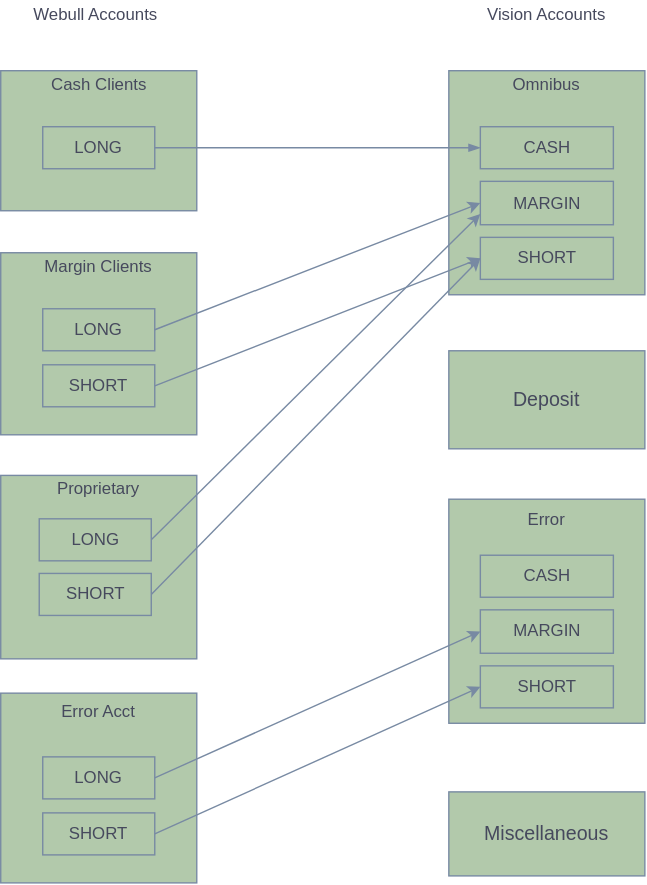
Before: Vision用户模型.svg, a diagram exported from draw.io (dengying/MyLCT). Source tidied: cells renumbered, new cells last; positions are measured from the earlier drawing's top-left corner, leaving out a move shared by most shapes.
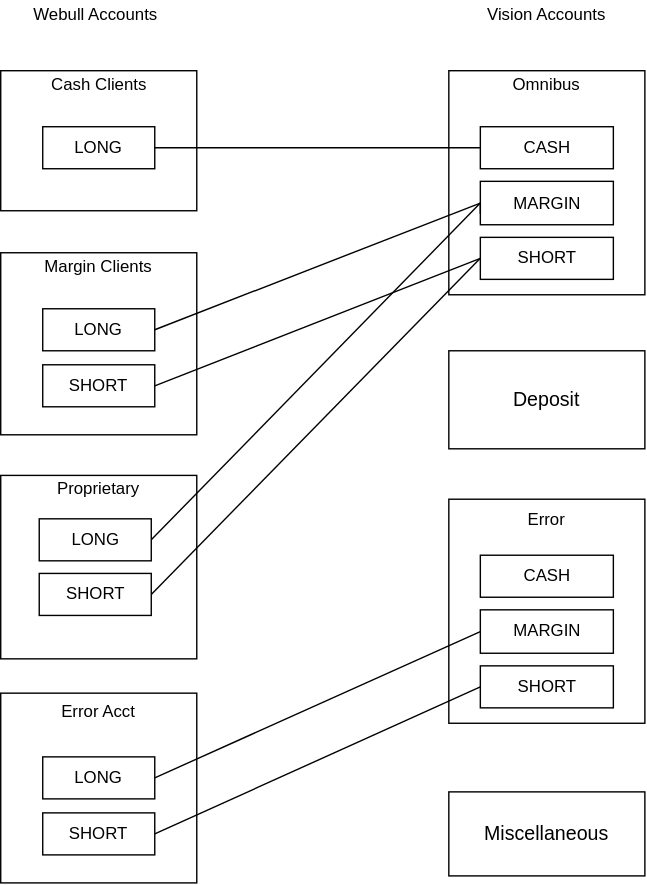
The same file after the commit.

Commit message:
更新Vision用户模型.svg

Change to the diagram source:
```diff
@@ -2,116 +2,119 @@
   <root>
     <mxCell id="0" />
     <mxCell id="1" parent="0" />
-    <mxCell id="2" style="rounded=0;whiteSpace=wrap;html=1;fillColor=#B2C9AB;strokeColor=#788AA3;fontColor=#46495D;" parent="1" vertex="1">
+    <mxCell id="2" style="rounded=0;whiteSpace=wrap;html=1;" parent="1" vertex="1">
       <mxGeometry x="320" y="356" width="140" height="160" as="geometry" />
     </mxCell>
-    <mxCell id="3" value="&amp;nbsp;" style="rounded=0;whiteSpace=wrap;html=1;fillColor=#B2C9AB;strokeColor=#788AA3;fontColor=#46495D;" parent="1" vertex="1">
+    <mxCell id="3" value="&amp;nbsp;" style="rounded=0;whiteSpace=wrap;html=1;" parent="1" vertex="1">
       <mxGeometry y="50" width="140" height="100" as="geometry" />
     </mxCell>
-    <mxCell id="4" value="Cash Clients" style="text;html=1;strokeColor=none;fillColor=none;align=center;verticalAlign=middle;whiteSpace=wrap;rounded=0;fontColor=#46495D;" parent="1" vertex="1">
+    <mxCell id="4" value="Cash Clients" style="text;html=1;strokeColor=none;fillColor=none;align=center;verticalAlign=middle;whiteSpace=wrap;rounded=0;" parent="1" vertex="1">
       <mxGeometry x="32.5" y="50" width="75" height="20" as="geometry" />
     </mxCell>
-    <mxCell id="5" value="LONG" style="rounded=0;whiteSpace=wrap;html=1;fillColor=#B2C9AB;strokeColor=#788AA3;fontColor=#46495D;" parent="1" vertex="1">
+    <mxCell id="5" value="LONG" style="rounded=0;whiteSpace=wrap;html=1;" parent="1" vertex="1">
       <mxGeometry x="30" y="90" width="80" height="30" as="geometry" />
     </mxCell>
-    <mxCell id="6" style="rounded=0;whiteSpace=wrap;html=1;fillColor=#B2C9AB;strokeColor=#788AA3;fontColor=#46495D;" parent="1" vertex="1">
+    <mxCell id="6" style="rounded=0;whiteSpace=wrap;html=1;" parent="1" vertex="1">
       <mxGeometry y="180" width="140" height="130" as="geometry" />
     </mxCell>
-    <mxCell id="7" value="Margin Clients" style="text;html=1;strokeColor=none;fillColor=none;align=center;verticalAlign=middle;whiteSpace=wrap;rounded=0;fontColor=#46495D;" parent="1" vertex="1">
+    <mxCell id="7" value="Margin Clients" style="text;html=1;strokeColor=none;fillColor=none;align=center;verticalAlign=middle;whiteSpace=wrap;rounded=0;" parent="1" vertex="1">
       <mxGeometry x="30" y="180" width="80" height="20" as="geometry" />
     </mxCell>
-    <mxCell id="8" value="SHORT" style="rounded=0;whiteSpace=wrap;html=1;fillColor=#B2C9AB;strokeColor=#788AA3;fontColor=#46495D;" parent="1" vertex="1">
+    <mxCell id="8" value="SHORT" style="rounded=0;whiteSpace=wrap;html=1;" parent="1" vertex="1">
       <mxGeometry x="30" y="260" width="80" height="30" as="geometry" />
     </mxCell>
-    <mxCell id="9" value="LONG" style="rounded=0;whiteSpace=wrap;html=1;fillColor=#B2C9AB;strokeColor=#788AA3;fontColor=#46495D;" parent="1" vertex="1">
+    <mxCell id="9" value="LONG" style="rounded=0;whiteSpace=wrap;html=1;" parent="1" vertex="1">
       <mxGeometry x="30" y="220" width="80" height="30" as="geometry" />
     </mxCell>
-    <mxCell id="10" style="rounded=0;whiteSpace=wrap;html=1;fillColor=#B2C9AB;strokeColor=#788AA3;fontColor=#46495D;" parent="1" vertex="1">
+    <mxCell id="10" style="rounded=0;whiteSpace=wrap;html=1;" parent="1" vertex="1">
       <mxGeometry x="320" y="250" width="140" height="70" as="geometry" />
     </mxCell>
-    <mxCell id="11" style="rounded=0;whiteSpace=wrap;html=1;fillColor=#B2C9AB;strokeColor=#788AA3;fontColor=#46495D;" parent="1" vertex="1">
+    <mxCell id="11" style="rounded=0;whiteSpace=wrap;html=1;" parent="1" vertex="1">
       <mxGeometry x="320" y="50" width="140" height="160" as="geometry" />
     </mxCell>
-    <mxCell id="12" value="Omnibus" style="text;html=1;strokeColor=none;fillColor=none;align=center;verticalAlign=middle;whiteSpace=wrap;rounded=0;fontColor=#46495D;" parent="1" vertex="1">
+    <mxCell id="12" value="Omnibus" style="text;html=1;strokeColor=none;fillColor=none;align=center;verticalAlign=middle;whiteSpace=wrap;rounded=0;" parent="1" vertex="1">
       <mxGeometry x="370" y="50" width="40" height="20" as="geometry" />
     </mxCell>
-    <mxCell id="13" value="&lt;span style=&quot;font-family: &amp;#34;arial&amp;#34; , sans-serif ; font-size: 14px&quot;&gt;Deposit&lt;/span&gt;" style="text;html=1;strokeColor=none;fillColor=none;align=center;verticalAlign=middle;whiteSpace=wrap;rounded=0;fontColor=#46495D;" parent="1" vertex="1">
+    <mxCell id="13" value="&lt;span style=&quot;font-family: &amp;#34;arial&amp;#34; , sans-serif ; font-size: 14px&quot;&gt;Deposit&lt;/span&gt;" style="text;html=1;strokeColor=none;fillColor=none;align=center;verticalAlign=middle;whiteSpace=wrap;rounded=0;" parent="1" vertex="1">
       <mxGeometry x="370" y="275" width="40" height="20" as="geometry" />
     </mxCell>
-    <mxCell id="14" value="&lt;span style=&quot;font-family: &amp;#34;arial&amp;#34; , sans-serif ; font-size: 14px&quot;&gt;Miscellaneous&lt;/span&gt;" style="rounded=0;whiteSpace=wrap;html=1;fillColor=#B2C9AB;strokeColor=#788AA3;fontColor=#46495D;" parent="1" vertex="1">
+    <mxCell id="14" value="&lt;span style=&quot;font-family: &amp;#34;arial&amp;#34; , sans-serif ; font-size: 14px&quot;&gt;Miscellaneous&lt;/span&gt;" style="rounded=0;whiteSpace=wrap;html=1;" parent="1" vertex="1">
       <mxGeometry x="320" y="565" width="140" height="60" as="geometry" />
     </mxCell>
-    <mxCell id="15" value="Error" style="text;html=1;strokeColor=none;fillColor=none;align=center;verticalAlign=middle;whiteSpace=wrap;rounded=0;fontColor=#46495D;" parent="1" vertex="1">
+    <mxCell id="15" value="Error" style="text;html=1;strokeColor=none;fillColor=none;align=center;verticalAlign=middle;whiteSpace=wrap;rounded=0;" parent="1" vertex="1">
       <mxGeometry x="370" y="360.5" width="40" height="20" as="geometry" />
     </mxCell>
-    <mxCell id="16" value="CASH" style="rounded=0;whiteSpace=wrap;html=1;fillColor=#B2C9AB;strokeColor=#788AA3;fontColor=#46495D;" parent="1" vertex="1">
+    <mxCell id="16" value="CASH" style="rounded=0;whiteSpace=wrap;html=1;" parent="1" vertex="1">
       <mxGeometry x="342.5" y="396" width="95" height="30" as="geometry" />
     </mxCell>
-    <mxCell id="17" value="MARGIN" style="rounded=0;whiteSpace=wrap;html=1;fillColor=#B2C9AB;strokeColor=#788AA3;fontColor=#46495D;" parent="1" vertex="1">
+    <mxCell id="17" value="MARGIN" style="rounded=0;whiteSpace=wrap;html=1;" parent="1" vertex="1">
       <mxGeometry x="342.5" y="435" width="95" height="31" as="geometry" />
     </mxCell>
-    <mxCell id="18" value="SHORT" style="rounded=0;whiteSpace=wrap;html=1;fillColor=#B2C9AB;strokeColor=#788AA3;fontColor=#46495D;" parent="1" vertex="1">
+    <mxCell id="18" value="SHORT" style="rounded=0;whiteSpace=wrap;html=1;" parent="1" vertex="1">
       <mxGeometry x="342.5" y="475" width="95" height="30" as="geometry" />
     </mxCell>
-    <mxCell id="19" value="CASH" style="rounded=0;whiteSpace=wrap;html=1;fillColor=#B2C9AB;strokeColor=#788AA3;fontColor=#46495D;" parent="1" vertex="1">
+    <mxCell id="19" value="CASH" style="rounded=0;whiteSpace=wrap;html=1;" parent="1" vertex="1">
       <mxGeometry x="342.5" y="90" width="95" height="30" as="geometry" />
     </mxCell>
-    <mxCell id="20" value="MARGIN" style="rounded=0;whiteSpace=wrap;html=1;fillColor=#B2C9AB;strokeColor=#788AA3;fontColor=#46495D;" parent="1" vertex="1">
+    <mxCell id="20" value="MARGIN" style="rounded=0;whiteSpace=wrap;html=1;" parent="1" vertex="1">
       <mxGeometry x="342.5" y="129" width="95" height="31" as="geometry" />
     </mxCell>
-    <mxCell id="21" value="SHORT" style="rounded=0;whiteSpace=wrap;html=1;fillColor=#B2C9AB;strokeColor=#788AA3;fontColor=#46495D;" parent="1" vertex="1">
+    <mxCell id="21" value="SHORT" style="rounded=0;whiteSpace=wrap;html=1;" parent="1" vertex="1">
       <mxGeometry x="342.5" y="169" width="95" height="30" as="geometry" />
     </mxCell>
-    <mxCell id="22" style="rounded=0;whiteSpace=wrap;html=1;fillColor=#B2C9AB;strokeColor=#788AA3;fontColor=#46495D;" parent="1" vertex="1">
+    <mxCell id="22" style="rounded=0;whiteSpace=wrap;html=1;" parent="1" vertex="1">
       <mxGeometry y="494.5" width="140" height="135.5" as="geometry" />
     </mxCell>
-    <mxCell id="23" style="edgeStyle=none;rounded=0;jettySize=auto;html=1;entryX=0;entryY=0.5;entryDx=0;entryDy=0;exitX=1;exitY=0.5;exitDx=0;exitDy=0;strokeColor=#788AA3;fontColor=#46495D;" parent="1" edge="1" source="24" target="17">
+    <mxCell id="23" style="edgeStyle=none;rounded=0;jettySize=auto;html=1;entryX=0;entryY=0.5;entryDx=0;entryDy=0;exitX=1;exitY=0.5;exitDx=0;exitDy=0;endArrow=none;endFill=0;" parent="1" edge="1" source="24" target="17">
       <mxGeometry relative="1" as="geometry" />
     </mxCell>
-    <mxCell id="24" value="LONG" style="rounded=0;whiteSpace=wrap;html=1;fillColor=#B2C9AB;strokeColor=#788AA3;fontColor=#46495D;" parent="1" vertex="1">
+    <mxCell id="24" value="LONG" style="rounded=0;whiteSpace=wrap;html=1;" parent="1" vertex="1">
       <mxGeometry x="30" y="540" width="80" height="30" as="geometry" />
     </mxCell>
-    <mxCell id="25" style="edgeStyle=none;rounded=0;jettySize=auto;html=1;exitX=1;exitY=0.5;exitDx=0;exitDy=0;entryX=0;entryY=0.5;entryDx=0;entryDy=0;strokeColor=#788AA3;fontColor=#46495D;" parent="1" edge="1" source="26" target="18">
+    <mxCell id="25" style="edgeStyle=none;rounded=0;jettySize=auto;html=1;exitX=1;exitY=0.5;exitDx=0;exitDy=0;entryX=0;entryY=0.5;entryDx=0;entryDy=0;endArrow=none;endFill=0;" parent="1" edge="1" source="26" target="18">
       <mxGeometry relative="1" as="geometry" />
     </mxCell>
-    <mxCell id="26" value="SHORT" style="rounded=0;whiteSpace=wrap;html=1;fillColor=#B2C9AB;strokeColor=#788AA3;fontColor=#46495D;" parent="1" vertex="1">
+    <mxCell id="26" value="SHORT" style="rounded=0;whiteSpace=wrap;html=1;" parent="1" vertex="1">
       <mxGeometry x="30" y="580" width="80" height="30" as="geometry" />
     </mxCell>
-    <mxCell id="27" value="Error Acct" style="text;html=1;strokeColor=none;fillColor=none;align=center;verticalAlign=middle;whiteSpace=wrap;rounded=0;fontColor=#46495D;" parent="1" vertex="1">
+    <mxCell id="27" value="Error Acct" style="text;html=1;strokeColor=none;fillColor=none;align=center;verticalAlign=middle;whiteSpace=wrap;rounded=0;" parent="1" vertex="1">
       <mxGeometry x="40" y="500" width="60" height="16" as="geometry" />
     </mxCell>
-    <mxCell id="28" style="rounded=0;jettySize=auto;html=1;entryX=0;entryY=0.5;entryDx=0;entryDy=0;exitX=1;exitY=0.5;exitDx=0;exitDy=0;strokeColor=#788AA3;fontColor=#46495D;endArrow=blockThin;endFill=1;" parent="1" edge="1" source="5" target="19">
+    <mxCell id="28" style="rounded=0;jettySize=auto;html=1;entryX=0;entryY=0.5;entryDx=0;entryDy=0;exitX=1;exitY=0.5;exitDx=0;exitDy=0;endArrow=none;endFill=0;" parent="1" edge="1" source="5" target="19">
       <mxGeometry relative="1" as="geometry" />
     </mxCell>
-    <mxCell id="29" style="rounded=0;whiteSpace=wrap;html=1;fillColor=#B2C9AB;strokeColor=#788AA3;fontColor=#46495D;" parent="1" vertex="1">
+    <mxCell id="29" style="rounded=0;whiteSpace=wrap;html=1;" parent="1" vertex="1">
       <mxGeometry y="339" width="140" height="131" as="geometry" />
     </mxCell>
-    <mxCell id="30" value="Proprietary&lt;br&gt;" style="text;html=1;strokeColor=none;fillColor=none;align=center;verticalAlign=middle;whiteSpace=wrap;rounded=0;fontColor=#46495D;" parent="1" vertex="1">
+    <mxCell id="30" value="Proprietary&lt;br&gt;" style="text;html=1;strokeColor=none;fillColor=none;align=center;verticalAlign=middle;whiteSpace=wrap;rounded=0;" parent="1" vertex="1">
       <mxGeometry x="40" y="339" width="60" height="21" as="geometry" />
     </mxCell>
-    <mxCell id="31" style="edgeStyle=none;rounded=0;jettySize=auto;html=1;entryX=0;entryY=0.75;entryDx=0;entryDy=0;exitX=1;exitY=0.5;exitDx=0;exitDy=0;strokeColor=#788AA3;fontColor=#46495D;" parent="1" edge="1" source="32" target="20">
+    <mxCell id="31" style="edgeStyle=none;rounded=0;jettySize=auto;html=1;entryX=0;entryY=0.5;entryDx=0;entryDy=0;exitX=1;exitY=0.5;exitDx=0;exitDy=0;endArrow=none;endFill=0;" parent="1" edge="1" source="32" target="20">
       <mxGeometry relative="1" as="geometry" />
     </mxCell>
-    <mxCell id="32" value="LONG" style="rounded=0;whiteSpace=wrap;html=1;fillColor=#B2C9AB;strokeColor=#788AA3;fontColor=#46495D;" parent="1" vertex="1">
+    <mxCell id="32" value="LONG" style="rounded=0;whiteSpace=wrap;html=1;" parent="1" vertex="1">
       <mxGeometry x="27.5" y="370" width="80" height="30" as="geometry" />
     </mxCell>
-    <mxCell id="33" style="edgeStyle=none;rounded=0;jettySize=auto;html=1;exitX=1;exitY=0.5;exitDx=0;exitDy=0;entryX=0;entryY=0.5;entryDx=0;entryDy=0;strokeColor=#788AA3;fontColor=#46495D;" parent="1" edge="1" source="34" target="21">
+    <mxCell id="33" style="edgeStyle=none;rounded=0;jettySize=auto;html=1;exitX=1;exitY=0.5;exitDx=0;exitDy=0;entryX=0;entryY=0.5;entryDx=0;entryDy=0;endArrow=none;endFill=0;" parent="1" edge="1" source="34" target="21">
       <mxGeometry relative="1" as="geometry" />
     </mxCell>
-    <mxCell id="34" value="SHORT" style="rounded=0;whiteSpace=wrap;html=1;fillColor=#B2C9AB;strokeColor=#788AA3;fontColor=#46495D;" parent="1" vertex="1">
+    <mxCell id="34" value="SHORT" style="rounded=0;whiteSpace=wrap;html=1;" parent="1" vertex="1">
       <mxGeometry x="27.5" y="409" width="80" height="30" as="geometry" />
     </mxCell>
-    <mxCell id="35" style="rounded=0;jettySize=auto;html=1;entryX=0;entryY=0.5;entryDx=0;entryDy=0;exitX=1;exitY=0.5;exitDx=0;exitDy=0;strokeColor=#788AA3;fontColor=#46495D;" parent="1" edge="1" source="9" target="20">
+    <mxCell id="35" style="rounded=0;jettySize=auto;html=1;entryX=0;entryY=0.5;entryDx=0;entryDy=0;exitX=1;exitY=0.5;exitDx=0;exitDy=0;endArrow=none;endFill=0;" parent="1" edge="1" source="9" target="20">
       <mxGeometry relative="1" as="geometry" />
     </mxCell>
-    <mxCell id="36" style="edgeStyle=none;rounded=0;jettySize=auto;html=1;entryX=0;entryY=0.5;entryDx=0;entryDy=0;exitX=1;exitY=0.5;exitDx=0;exitDy=0;strokeColor=#788AA3;fontColor=#46495D;" parent="1" edge="1" source="8" target="21">
+    <mxCell id="36" style="edgeStyle=none;rounded=0;jettySize=auto;html=1;entryX=0;entryY=0.5;entryDx=0;entryDy=0;exitX=1;exitY=0.5;exitDx=0;exitDy=0;endArrow=none;endFill=0;" parent="1" edge="1" source="8" target="21">
       <mxGeometry relative="1" as="geometry" />
     </mxCell>
-    <mxCell id="37" value="Webull Accounts" style="text;html=1;strokeColor=none;fillColor=none;align=center;verticalAlign=middle;whiteSpace=wrap;rounded=0;fontColor=#46495D;" parent="1" vertex="1">
+    <mxCell id="37" value="Webull Accounts" style="text;html=1;strokeColor=none;fillColor=none;align=center;verticalAlign=middle;whiteSpace=wrap;rounded=0;" parent="1" vertex="1">
       <mxGeometry x="12.5" width="110" height="20" as="geometry" />
     </mxCell>
-    <mxCell id="38" value="Vision Accounts" style="text;html=1;strokeColor=none;fillColor=none;align=center;verticalAlign=middle;whiteSpace=wrap;rounded=0;fontColor=#46495D;" parent="1" vertex="1">
+    <mxCell id="38" value="Vision Accounts" style="text;html=1;strokeColor=none;fillColor=none;align=center;verticalAlign=middle;whiteSpace=wrap;rounded=0;" parent="1" vertex="1">
       <mxGeometry x="330" width="120" height="20" as="geometry" />
     </mxCell>
+    <mxCell id="39" style="edgeStyle=orthogonalEdgeStyle;curved=0;rounded=1;sketch=0;orthogonalLoop=1;jettySize=auto;html=1;exitX=0;exitY=0.75;exitDx=0;exitDy=0;entryX=0;entryY=0.5;entryDx=0;entryDy=0;endArrow=none;endFill=0;" parent="1" edge="1" source="20" target="20">
+      <mxGeometry relative="1" as="geometry" />
+    </mxCell>
   </root>
 </mxGraphModel>
```
